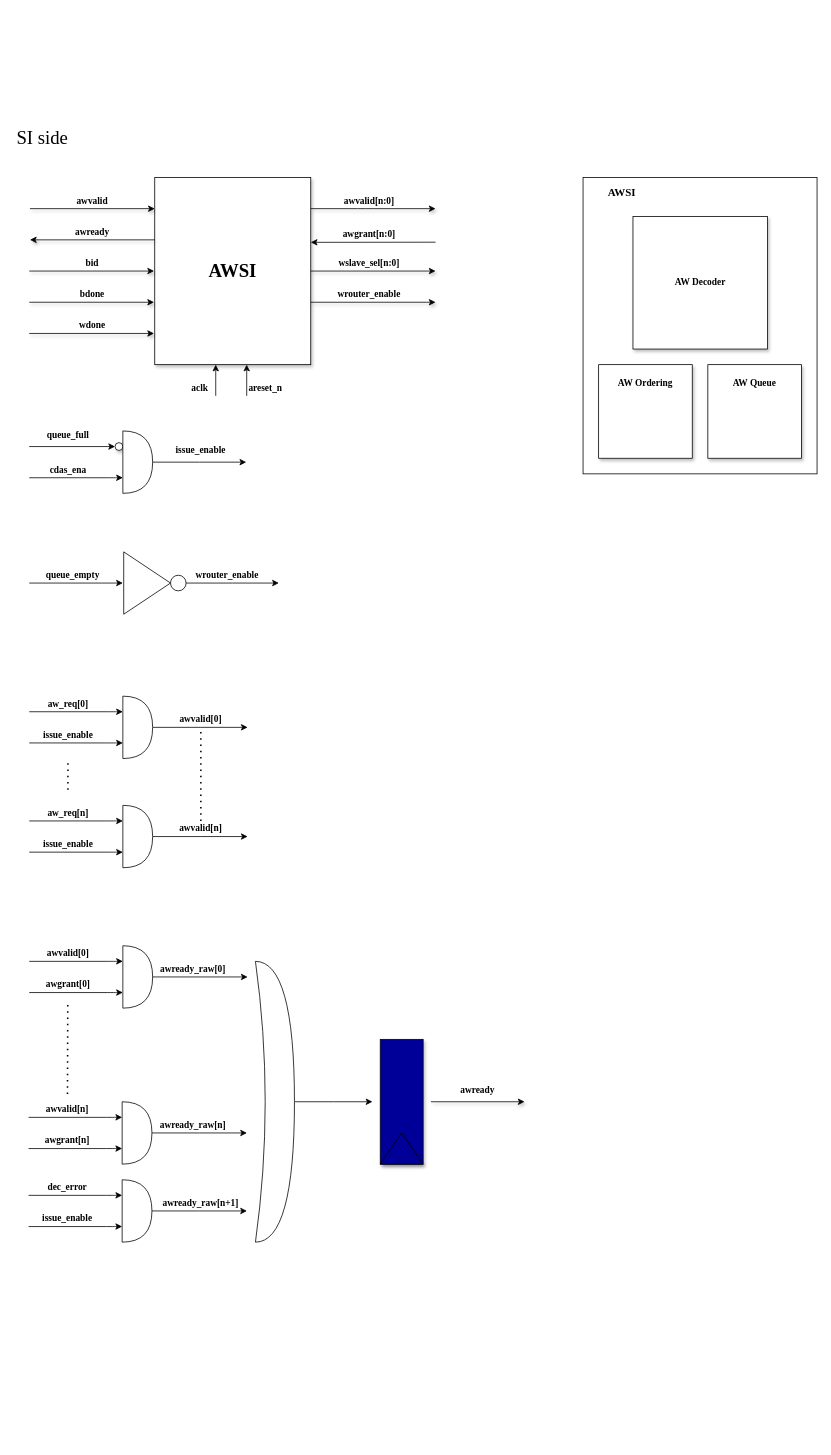
The draw.io diagram page "AWSI" (5 of 14) of VG_AxiBus/Doc/axi4_ver0.2.drawio in nguyenquanicd/VG_RTL, before the edit. Source tidied: cells renumbered, new cells numbered last; positions are measured from the earlier drawing's top-left corner, leaving out a move shared by most shapes. Both pictures are drawn from the tidied source at 78%, with x=0, y=0 at pixel (12, 122).
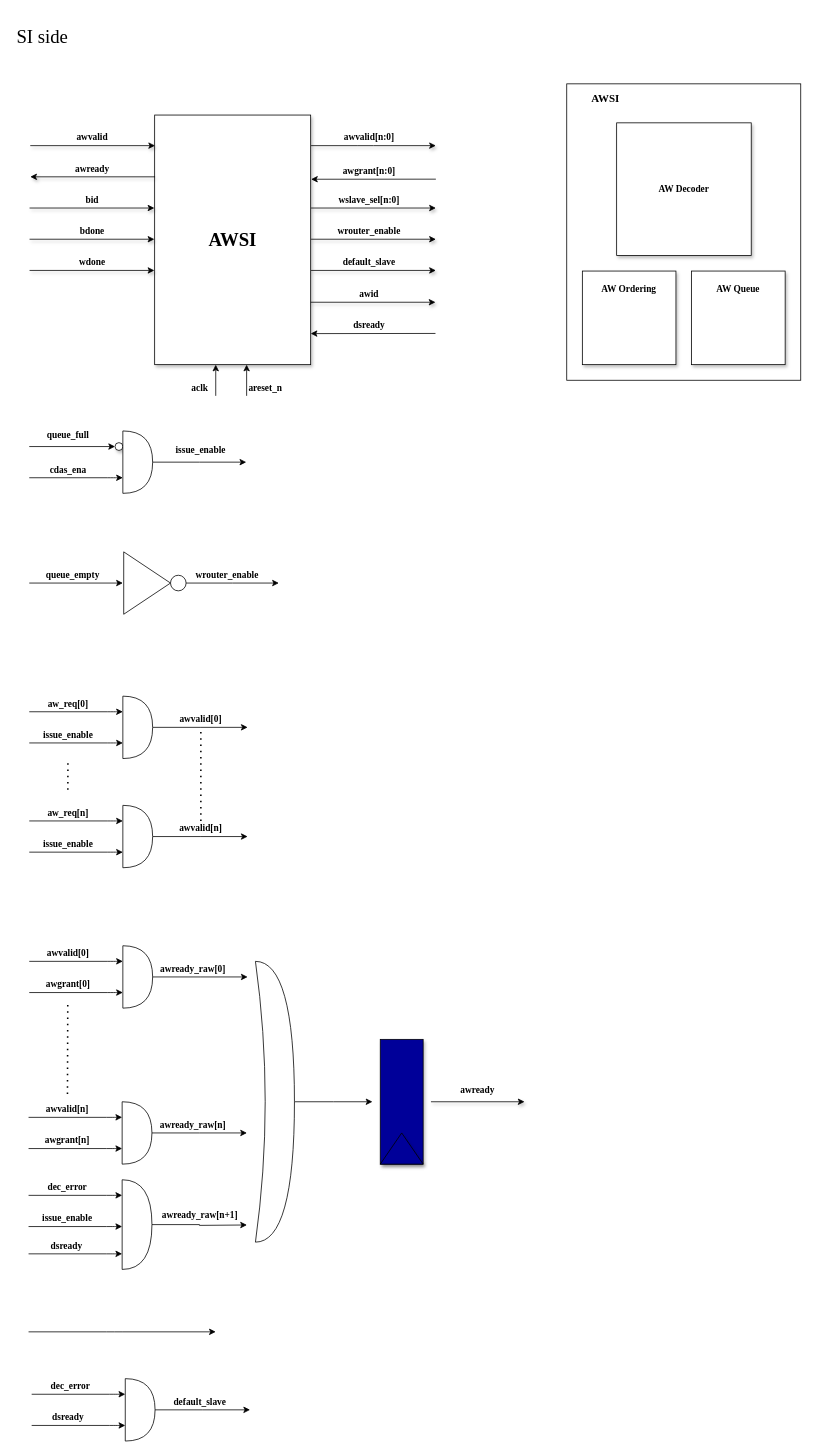
After the change.

Diff of the diagram source:
```diff
@@
     <mxCell id="11" value="&lt;font face=&quot;Times New Roman&quot;&gt;&lt;b&gt;awready&lt;/b&gt;&lt;/font&gt;" style="text;html=1;strokeColor=none;fillColor=none;align=center;verticalAlign=middle;whiteSpace=wrap;rounded=0;shadow=1;" parent="1" vertex="1">
-      <mxGeometry x="575.8" y="1230" width="40" height="20" as="geometry" />
+      <mxGeometry x="575.7" y="1230" width="40" height="20" as="geometry" />
     </mxCell>
@@
     <mxCell id="26" style="endArrow=none;dashed=1;html=1;dashPattern=1 3;strokeWidth=2;shadow=0;fillColor=#004C99;entryX=0.5;entryY=1;entryDx=0;entryDy=0;" parent="1" edge="1">
       <mxGeometry relative="1" as="geometry">
-        <mxPoint x="70.6" y="855" as="sourcePoint" />
+        <mxPoint x="70.5" y="855" as="sourcePoint" />
         <mxPoint x="70.6" y="815" as="targetPoint" />
       </mxGeometry>
     </mxCell>
@@
     <mxCell id="47" value="&lt;font face=&quot;Times New Roman&quot;&gt;&lt;b&gt;awvalid&lt;/b&gt;&lt;/font&gt;" style="text;html=1;strokeColor=none;fillColor=none;align=center;verticalAlign=middle;whiteSpace=wrap;rounded=0;shadow=1;" parent="1" vertex="1">
-      <mxGeometry x="81.9" y="90" width="40" height="20" as="geometry" />
+      <mxGeometry x="82.3" y="9.2" width="40" height="20" as="geometry" />
     </mxCell>
     <mxCell id="48" value="&lt;font face=&quot;Times New Roman&quot;&gt;&lt;b&gt;awvalid[n:0]&lt;/b&gt;&lt;/font&gt;" style="text;html=1;strokeColor=none;fillColor=none;align=center;verticalAlign=middle;whiteSpace=wrap;rounded=0;shadow=1;" parent="1" vertex="1">
-      <mxGeometry x="436.9" y="90" width="40" height="20" as="geometry" />
+      <mxGeometry x="437.3" y="9.2" width="40" height="20" as="geometry" />
     </mxCell>
     <mxCell id="49" value="&lt;font face=&quot;Times New Roman&quot; style=&quot;font-size: 24px&quot;&gt;&lt;b&gt;AWSI&lt;/b&gt;&lt;/font&gt;" style="rounded=0;whiteSpace=wrap;html=1;shadow=1;" parent="1" vertex="1">
-      <mxGeometry x="181.9" y="70" width="200" height="240" as="geometry" />
+      <mxGeometry x="181.8" y="-10" width="200" height="320" as="geometry" />
     </mxCell>
     <mxCell id="50" style="endArrow=classic;html=1;shadow=1;" parent="1" edge="1">
       <mxGeometry relative="1" as="geometry">
-        <mxPoint x="381.9" y="110" as="sourcePoint" />
-        <mxPoint x="541.9" y="110" as="targetPoint" />
+        <mxPoint x="382.3" y="29.2" as="sourcePoint" />
+        <mxPoint x="542.3" y="29.2" as="targetPoint" />
         <Array as="points">
-          <mxPoint x="451.9" y="110" />
+          <mxPoint x="452.3" y="29.2" />
         </Array>
       </mxGeometry>
     </mxCell>
     <mxCell id="51" value="&lt;font face=&quot;Times New Roman&quot;&gt;&lt;b&gt;wslave_sel[n:0]&lt;/b&gt;&lt;/font&gt;" style="text;html=1;strokeColor=none;fillColor=none;align=center;verticalAlign=middle;whiteSpace=wrap;rounded=0;" parent="1" vertex="1">
-      <mxGeometry x="436.9" y="170" width="40" height="20" as="geometry" />
+      <mxGeometry x="437.3" y="89.2" width="40" height="20" as="geometry" />
     </mxCell>
     <mxCell id="52" style="endArrow=classic;html=1;shadow=0;strokeColor=#000000;fillColor=#004C99;" parent="1" edge="1">
       <mxGeometry relative="1" as="geometry">
-        <mxPoint x="541.9" y="153" as="sourcePoint" />
-        <mxPoint x="381.9" y="153.2" as="targetPoint" />
+        <mxPoint x="542.3" y="72.2" as="sourcePoint" />
+        <mxPoint x="382.3" y="72.3" as="targetPoint" />
       </mxGeometry>
     </mxCell>
     <mxCell id="53" value="&lt;font face=&quot;Times New Roman&quot;&gt;&lt;b&gt;awgrant[n:0]&lt;/b&gt;&lt;/font&gt;" style="text;html=1;strokeColor=none;fillColor=none;align=center;verticalAlign=middle;whiteSpace=wrap;rounded=0;" parent="1" vertex="1">
-      <mxGeometry x="436.9" y="133" width="40" height="20" as="geometry" />
+      <mxGeometry x="437.3" y="52.2" width="40" height="20" as="geometry" />
     </mxCell>
     <mxCell id="54" value="&lt;font face=&quot;Times New Roman&quot;&gt;&lt;b&gt;bid&lt;/b&gt;&lt;/font&gt;" style="text;html=1;strokeColor=none;fillColor=none;align=center;verticalAlign=middle;whiteSpace=wrap;rounded=0;shadow=1;" parent="1" vertex="1">
-      <mxGeometry x="81.9" y="170" width="40" height="20" as="geometry" />
+      <mxGeometry x="82.3" y="89.2" width="40" height="20" as="geometry" />
     </mxCell>
     <mxCell id="55" value="&lt;font face=&quot;Times New Roman&quot;&gt;&lt;b&gt;bdone&lt;/b&gt;&lt;/font&gt;" style="text;html=1;strokeColor=none;fillColor=none;align=center;verticalAlign=middle;whiteSpace=wrap;rounded=0;shadow=1;" parent="1" vertex="1">
-      <mxGeometry x="81.9" y="210" width="40" height="20" as="geometry" />
+      <mxGeometry x="82.3" y="129.2" width="40" height="20" as="geometry" />
     </mxCell>
     <mxCell id="56" value="&lt;font face=&quot;Times New Roman&quot;&gt;&lt;b&gt;wdone&lt;/b&gt;&lt;/font&gt;" style="text;html=1;strokeColor=none;fillColor=none;align=center;verticalAlign=middle;whiteSpace=wrap;rounded=0;shadow=1;" parent="1" vertex="1">
-      <mxGeometry x="81.9" y="250" width="40" height="20" as="geometry" />
+      <mxGeometry x="82.3" y="169.2" width="40" height="20" as="geometry" />
     </mxCell>
     <mxCell id="57" value="&lt;font face=&quot;Times New Roman&quot;&gt;&lt;b&gt;awready&lt;/b&gt;&lt;/font&gt;" style="text;html=1;strokeColor=none;fillColor=none;align=center;verticalAlign=middle;whiteSpace=wrap;rounded=0;shadow=1;" parent="1" vertex="1">
-      <mxGeometry x="81.9" y="130" width="40" height="20" as="geometry" />
+      <mxGeometry x="82.3" y="49.2" width="40" height="20" as="geometry" />
     </mxCell>
     <mxCell id="58" style="endArrow=classic;html=1;shadow=1;" parent="1" edge="1">
       <mxGeometry relative="1" as="geometry">
-        <mxPoint x="21.9" y="110" as="sourcePoint" />
-        <mxPoint x="181.9" y="110" as="targetPoint" />
+        <mxPoint x="22.3" y="29.2" as="sourcePoint" />
+        <mxPoint x="182.3" y="29.2" as="targetPoint" />
       </mxGeometry>
     </mxCell>
     <mxCell id="59" style="endArrow=classic;html=1;shadow=1;" parent="1" edge="1">
       <mxGeometry relative="1" as="geometry">
-        <mxPoint x="181.9" y="150" as="sourcePoint" />
-        <mxPoint x="21.9" y="150" as="targetPoint" />
+        <mxPoint x="182.3" y="69.2" as="sourcePoint" />
+        <mxPoint x="22.3" y="69.2" as="targetPoint" />
       </mxGeometry>
     </mxCell>
     <mxCell id="60" style="endArrow=classic;html=1;shadow=1;" parent="1" edge="1">
       <mxGeometry relative="1" as="geometry">
-        <mxPoint x="21" y="190" as="sourcePoint" />
-        <mxPoint x="181" y="190" as="targetPoint" />
+        <mxPoint x="21.4" y="109.2" as="sourcePoint" />
+        <mxPoint x="181.4" y="109.2" as="targetPoint" />
       </mxGeometry>
     </mxCell>
     <mxCell id="61" style="endArrow=classic;html=1;shadow=1;" parent="1" edge="1">
       <mxGeometry relative="1" as="geometry">
-        <mxPoint x="21" y="230" as="sourcePoint" />
-        <mxPoint x="181" y="230" as="targetPoint" />
+        <mxPoint x="21.4" y="149.2" as="sourcePoint" />
+        <mxPoint x="181.4" y="149.2" as="targetPoint" />
       </mxGeometry>
     </mxCell>
     <mxCell id="62" style="endArrow=classic;html=1;shadow=1;" parent="1" edge="1">
       <mxGeometry relative="1" as="geometry">
-        <mxPoint x="21" y="270" as="sourcePoint" />
-        <mxPoint x="181" y="270" as="targetPoint" />
+        <mxPoint x="21.4" y="189.2" as="sourcePoint" />
+        <mxPoint x="181.4" y="189.2" as="targetPoint" />
       </mxGeometry>
     </mxCell>
     <mxCell id="63" style="endArrow=classic;html=1;shadow=1;" parent="1" edge="1">
       <mxGeometry relative="1" as="geometry">
-        <mxPoint x="381.9" y="190" as="sourcePoint" />
-        <mxPoint x="541.9" y="190" as="targetPoint" />
+        <mxPoint x="382.3" y="109.2" as="sourcePoint" />
+        <mxPoint x="542.3" y="109.2" as="targetPoint" />
       </mxGeometry>
     </mxCell>
@@
     <mxCell id="68" style="edgeStyle=orthogonalEdgeStyle;rounded=0;jettySize=auto;html=1;" parent="1" edge="1" source="69">
       <mxGeometry relative="1" as="geometry">
-        <mxPoint x="300.1" y="1395" as="targetPoint" />
+        <mxPoint x="300.1" y="1413" as="targetPoint" />
       </mxGeometry>
     </mxCell>
     <mxCell id="69" style="shape=or;whiteSpace=wrap;html=1;" parent="1" vertex="1">
-      <mxGeometry x="140.1" y="1355" width="38.2" height="80" as="geometry" />
+      <mxGeometry x="140.1" y="1355" width="38.2" height="115" as="geometry" />
     </mxCell>
     <mxCell id="70" value="&lt;font face=&quot;Times New Roman&quot;&gt;&lt;b&gt;awready_raw[n+1]&lt;/b&gt;&lt;/font&gt;" style="text;html=1;strokeColor=none;fillColor=none;align=center;verticalAlign=middle;whiteSpace=wrap;rounded=0;shadow=1;" parent="1" vertex="1">
-      <mxGeometry x="221" y="1375" width="40" height="20" as="geometry" />
+      <mxGeometry x="220.1" y="1390" width="40" height="20" as="geometry" />
     </mxCell>
@@
     <mxCell id="73" style="endArrow=classic;html=1;" parent="1" edge="1">
       <mxGeometry relative="1" as="geometry">
-        <mxPoint x="299.8" y="350" as="sourcePoint" />
-        <mxPoint x="299.8" y="310" as="targetPoint" />
+        <mxPoint x="299.7" y="350" as="sourcePoint" />
+        <mxPoint x="299.7" y="310" as="targetPoint" />
       </mxGeometry>
     </mxCell>
@@
     <mxCell id="75" value="&lt;b&gt;&lt;font face=&quot;Times New Roman&quot;&gt;wrouter_enable&lt;/font&gt;&lt;/b&gt;" style="text;html=1;strokeColor=none;fillColor=none;align=center;verticalAlign=middle;whiteSpace=wrap;rounded=0;" parent="1" vertex="1">
-      <mxGeometry x="436.9" y="210" width="40" height="20" as="geometry" />
+      <mxGeometry x="437.3" y="129.2" width="40" height="20" as="geometry" />
     </mxCell>
     <mxCell id="76" style="endArrow=classic;html=1;shadow=1;" parent="1" edge="1">
       <mxGeometry relative="1" as="geometry">
-        <mxPoint x="381.9" y="230" as="sourcePoint" />
-        <mxPoint x="541.9" y="230" as="targetPoint" />
+        <mxPoint x="382.3" y="149.2" as="sourcePoint" />
+        <mxPoint x="542.3" y="149.2" as="targetPoint" />
       </mxGeometry>
     </mxCell>
@@
     <mxCell id="81" value="&lt;b&gt;&lt;font face=&quot;Times New Roman&quot;&gt;wrouter_enable&lt;/font&gt;&lt;/b&gt;" style="text;html=1;strokeColor=none;fillColor=none;align=center;verticalAlign=middle;whiteSpace=wrap;rounded=0;" parent="1" vertex="1">
-      <mxGeometry x="255.4" y="570" width="40" height="20" as="geometry" />
+      <mxGeometry x="255.3" y="570" width="40" height="20" as="geometry" />
     </mxCell>
@@
     <mxCell id="83" value="&lt;h1&gt;&lt;font face=&quot;Times New Roman&quot;&gt;&lt;span style=&quot;font-weight: normal&quot;&gt;SI side&lt;/span&gt;&lt;br&gt;&lt;/font&gt;&lt;/h1&gt;&lt;p&gt;&lt;font face=&quot;Times New Roman&quot;&gt;&lt;br&gt;&lt;/font&gt;&lt;/p&gt;" style="text;html=1;strokeColor=none;fillColor=none;spacing=5;spacingTop=-20;whiteSpace=wrap;overflow=hidden;rounded=0;" parent="1" vertex="1">
-      <mxGeometry x="0.1" width="90" height="50" as="geometry" />
+      <mxGeometry x="0.1" y="-130" width="90" height="50" as="geometry" />
     </mxCell>
     <mxCell id="84" style="rounded=0;whiteSpace=wrap;html=1;shadow=0;" parent="1" vertex="1">
-      <mxGeometry x="731" y="70" width="300" height="380" as="geometry" />
+      <mxGeometry x="710.1" y="-50" width="300" height="380" as="geometry" />
     </mxCell>
     <mxCell id="85" value="&lt;font face=&quot;Times New Roman&quot;&gt;&lt;b&gt;AW Decoder&lt;br&gt;&lt;/b&gt;&lt;/font&gt;" style="rounded=0;whiteSpace=wrap;html=1;shadow=1;" parent="1" vertex="1">
-      <mxGeometry x="795" y="120" width="172.5" height="170" as="geometry" />
+      <mxGeometry x="774.1" width="172.5" height="170" as="geometry" />
     </mxCell>
     <mxCell id="86" value="&lt;font face=&quot;Times New Roman&quot;&gt;&lt;b&gt;AW Ordering&lt;br&gt;&lt;br&gt;&lt;br&gt;&lt;br&gt;&lt;br&gt;&lt;br&gt;&lt;/b&gt;&lt;/font&gt;" style="rounded=0;whiteSpace=wrap;html=1;shadow=1;" parent="1" vertex="1">
-      <mxGeometry x="751" y="310" width="120" height="120" as="geometry" />
+      <mxGeometry x="730.1" y="190" width="120" height="120" as="geometry" />
     </mxCell>
     <mxCell id="87" value="&lt;font face=&quot;Times New Roman&quot;&gt;&lt;b&gt;AW Queue&lt;br&gt;&lt;br&gt;&lt;br&gt;&lt;br&gt;&lt;br&gt;&lt;br&gt;&lt;/b&gt;&lt;/font&gt;" style="rounded=0;whiteSpace=wrap;html=1;shadow=1;" parent="1" vertex="1">
-      <mxGeometry x="891" y="310" width="120" height="120" as="geometry" />
+      <mxGeometry x="870.1" y="190" width="120" height="120" as="geometry" />
     </mxCell>
     <mxCell id="88" value="&lt;font face=&quot;Times New Roman&quot; style=&quot;font-size: 14px&quot;&gt;&lt;b&gt;AWSI&lt;/b&gt;&lt;/font&gt;" style="text;html=1;strokeColor=none;fillColor=none;align=center;verticalAlign=middle;whiteSpace=wrap;rounded=0;" parent="1" vertex="1">
-      <mxGeometry x="761" y="80" width="40" height="20" as="geometry" />
+      <mxGeometry x="740.1" y="-40" width="40" height="20" as="geometry" />
     </mxCell>
+    <mxCell id="89" value="&lt;font face=&quot;Times New Roman&quot;&gt;&lt;b&gt;default_slave&lt;/b&gt;&lt;/font&gt;" style="text;html=1;strokeColor=none;fillColor=none;align=center;verticalAlign=middle;whiteSpace=wrap;rounded=0;shadow=1;" parent="1" vertex="1">
+      <mxGeometry x="220.1" y="1630" width="40" height="20" as="geometry" />
+    </mxCell>
+    <mxCell id="90" style="endArrow=classic;html=1;" parent="1" edge="1">
+      <mxGeometry relative="1" as="geometry">
+        <mxPoint x="20.1" y="1550" as="sourcePoint" />
+        <mxPoint x="260.1" y="1550" as="targetPoint" />
+        <Array as="points">
+          <mxPoint x="130.1" y="1550" />
+        </Array>
+      </mxGeometry>
+    </mxCell>
+    <mxCell id="91" value="&lt;font face=&quot;Times New Roman&quot;&gt;&lt;b&gt;dec_error&lt;/b&gt;&lt;/font&gt;" style="text;html=1;strokeColor=none;fillColor=none;align=center;verticalAlign=middle;whiteSpace=wrap;rounded=0;shadow=1;" parent="1" vertex="1">
+      <mxGeometry x="54.1" y="1610" width="40" height="20" as="geometry" />
+    </mxCell>
+    <mxCell id="92" style="endArrow=classic;html=1;shadow=1;" parent="1" edge="1">
+      <mxGeometry relative="1" as="geometry">
+        <mxPoint x="382.3" y="189.2" as="sourcePoint" />
+        <mxPoint x="542.3" y="189.2" as="targetPoint" />
+      </mxGeometry>
+    </mxCell>
+    <mxCell id="93" value="&lt;b&gt;&lt;font face=&quot;Times New Roman&quot;&gt;default_slave&lt;/font&gt;&lt;/b&gt;" style="text;html=1;strokeColor=none;fillColor=none;align=center;verticalAlign=middle;whiteSpace=wrap;rounded=0;shadow=1;" parent="1" vertex="1">
+      <mxGeometry x="437.3" y="169.2" width="40" height="20" as="geometry" />
+    </mxCell>
+    <mxCell id="94" style="endArrow=classic;html=1;shadow=1;" parent="1" edge="1">
+      <mxGeometry relative="1" as="geometry">
+        <mxPoint x="381.8" y="230" as="sourcePoint" />
+        <mxPoint x="541.8" y="230" as="targetPoint" />
+      </mxGeometry>
+    </mxCell>
+    <mxCell id="95" value="&lt;b&gt;&lt;font face=&quot;Times New Roman&quot;&gt;awid&lt;/font&gt;&lt;/b&gt;" style="text;html=1;strokeColor=none;fillColor=none;align=center;verticalAlign=middle;whiteSpace=wrap;rounded=0;shadow=1;" parent="1" vertex="1">
+      <mxGeometry x="436.8" y="210" width="40" height="20" as="geometry" />
+    </mxCell>
+    <mxCell id="96" style="endArrow=classic;html=1;shadow=0;strokeColor=#000000;fillColor=#004C99;" parent="1" edge="1">
+      <mxGeometry relative="1" as="geometry">
+        <mxPoint x="541.8" y="270" as="sourcePoint" />
+        <mxPoint x="381.8" y="270.2" as="targetPoint" />
+      </mxGeometry>
+    </mxCell>
+    <mxCell id="97" value="&lt;b&gt;&lt;font face=&quot;Times New Roman&quot;&gt;dsready&lt;/font&gt;&lt;/b&gt;" style="text;html=1;strokeColor=none;fillColor=none;align=center;verticalAlign=middle;whiteSpace=wrap;rounded=0;shadow=1;" parent="1" vertex="1">
+      <mxGeometry x="437.3" y="250" width="40" height="20" as="geometry" />
+    </mxCell>
+    <mxCell id="98" style="endArrow=classic;html=1;" parent="1" edge="1">
+      <mxGeometry relative="1" as="geometry">
+        <mxPoint x="20.1" y="1450" as="sourcePoint" />
+        <mxPoint x="140.1" y="1450" as="targetPoint" />
+        <Array as="points">
+          <mxPoint x="130.1" y="1450" />
+        </Array>
+      </mxGeometry>
+    </mxCell>
+    <mxCell id="99" value="&lt;b&gt;&lt;font face=&quot;Times New Roman&quot;&gt;dsready&lt;/font&gt;&lt;/b&gt;" style="text;html=1;strokeColor=none;fillColor=none;align=center;verticalAlign=middle;whiteSpace=wrap;rounded=0;shadow=1;" parent="1" vertex="1">
+      <mxGeometry x="49.2" y="1430" width="40" height="20" as="geometry" />
+    </mxCell>
+    <mxCell id="100" style="endArrow=classic;html=1;" parent="1" edge="1">
+      <mxGeometry relative="1" as="geometry">
+        <mxPoint x="24.1" y="1630" as="sourcePoint" />
+        <mxPoint x="144.1" y="1630" as="targetPoint" />
+        <Array as="points">
+          <mxPoint x="134.1" y="1630" />
+        </Array>
+      </mxGeometry>
+    </mxCell>
+    <mxCell id="101" style="endArrow=classic;html=1;" parent="1" edge="1">
+      <mxGeometry relative="1" as="geometry">
+        <mxPoint x="24.1" y="1670" as="sourcePoint" />
+        <mxPoint x="144.1" y="1670" as="targetPoint" />
+        <Array as="points">
+          <mxPoint x="134.1" y="1670" />
+        </Array>
+      </mxGeometry>
+    </mxCell>
+    <mxCell id="102" style="edgeStyle=orthogonalEdgeStyle;rounded=0;jettySize=auto;html=1;" parent="1" edge="1" source="103">
+      <mxGeometry relative="1" as="geometry">
+        <mxPoint x="304.1" y="1650" as="targetPoint" />
+      </mxGeometry>
+    </mxCell>
+    <mxCell id="103" style="shape=or;whiteSpace=wrap;html=1;" parent="1" vertex="1">
+      <mxGeometry x="144.1" y="1610" width="38.2" height="80" as="geometry" />
+    </mxCell>
+    <mxCell id="104" value="&lt;b&gt;&lt;font face=&quot;Times New Roman&quot;&gt;dsready&lt;/font&gt;&lt;/b&gt;" style="text;html=1;strokeColor=none;fillColor=none;align=center;verticalAlign=middle;whiteSpace=wrap;rounded=0;shadow=1;" parent="1" vertex="1">
+      <mxGeometry x="51" y="1650" width="40" height="20" as="geometry" />
+    </mxCell>
```
